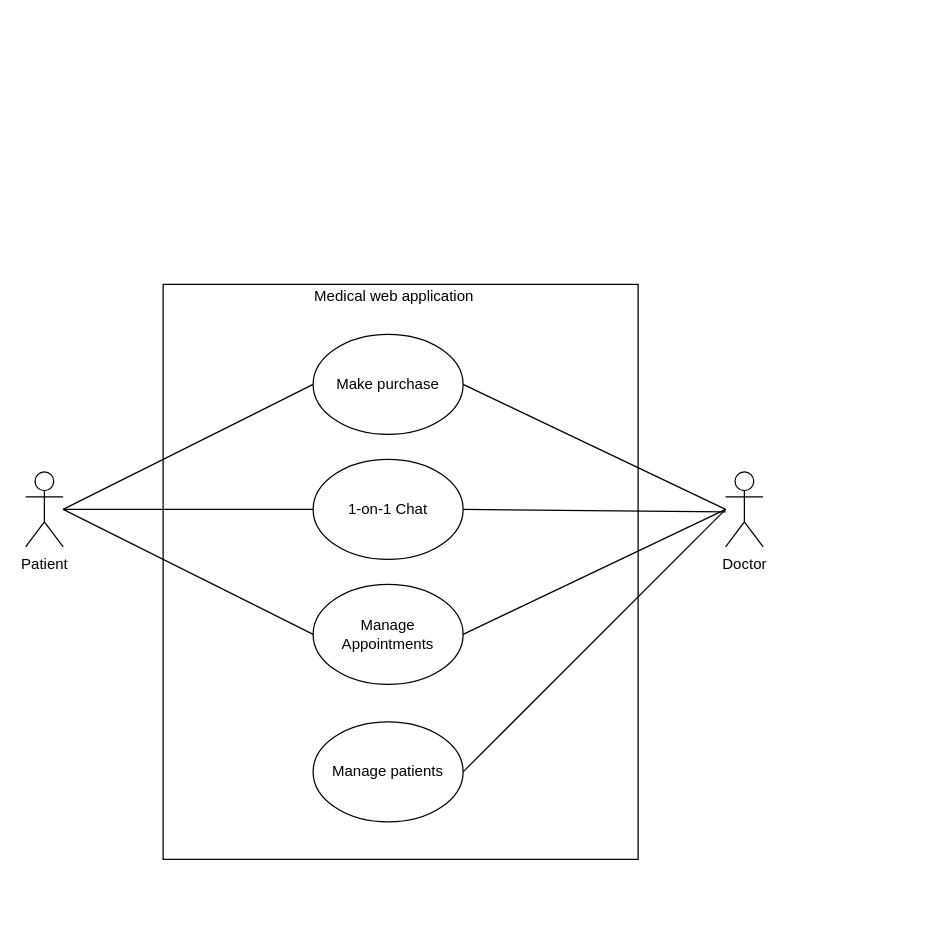
hieuchi911/WADProject keeps this draw.io diagram as Report/uc.drawio. Above is the earlier version. Source tidied: cells renumbered, new cells numbered last; positions are measured from the earlier drawing's top-left corner, leaving out a move shared by most shapes. Both pictures are drawn from the tidied source at 125%, with x=0, y=0 at pixel (25, 284).
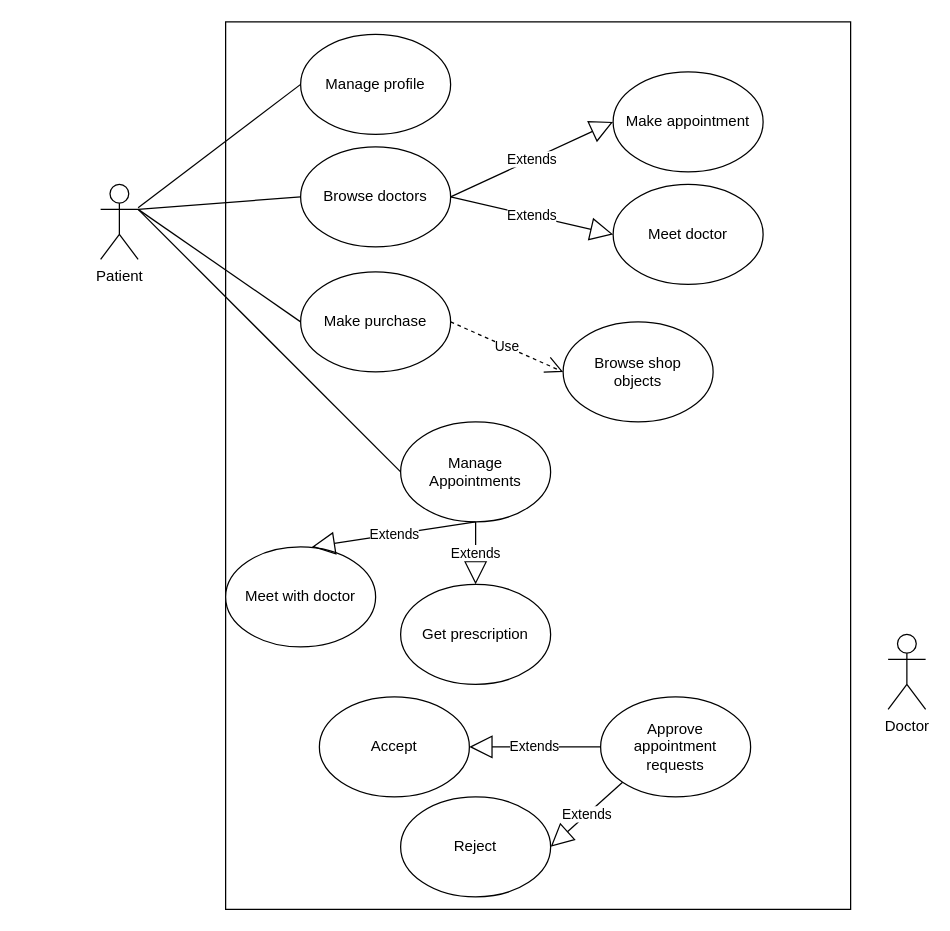
The same page after the edit.

Change to the diagram source:
```diff
@@
-    <mxCell id="2" style="rounded=0;whiteSpace=wrap;html=1;" parent="1" vertex="1">
-      <mxGeometry x="110" width="380" height="460" as="geometry" />
-    </mxCell>
+    <mxCell id="18" style="rounded=0;whiteSpace=wrap;html=1;" parent="1" vertex="1">
+      <mxGeometry x="160" y="-210" width="500" height="710" as="geometry" />
+    </mxCell>
-    <mxCell id="3" value="Patient" style="shape=umlActor;verticalLabelPosition=bottom;labelBackgroundColor=#ffffff;verticalAlign=top;html=1;outlineConnect=0;" parent="1" vertex="1">
-      <mxGeometry y="150" width="30" height="60" as="geometry" />
+    <mxCell id="3" value="Patient&lt;br&gt;" style="shape=umlActor;verticalLabelPosition=bottom;labelBackgroundColor=#ffffff;verticalAlign=top;html=1;outlineConnect=0;" parent="1" vertex="1">
+      <mxGeometry x="60" y="-80" width="30" height="60" as="geometry" />
     </mxCell>
+    <mxCell id="19" value="Manage profile" style="ellipse;whiteSpace=wrap;html=1;" parent="1" vertex="1">
+      <mxGeometry x="220" y="-200" width="120" height="80" as="geometry" />
+    </mxCell>
+    <mxCell id="20" value="Browse doctors" style="ellipse;whiteSpace=wrap;html=1;" parent="1" vertex="1">
+      <mxGeometry x="220" y="-110" width="120" height="80" as="geometry" />
+    </mxCell>
+    <mxCell id="21" value="Browse shop &lt;br&gt;objects" style="ellipse;whiteSpace=wrap;html=1;" parent="1" vertex="1">
+      <mxGeometry x="430" y="30" width="120" height="80" as="geometry" />
+    </mxCell>
+    <mxCell id="7" value="Manage Appointments" style="ellipse;whiteSpace=wrap;html=1;" parent="1" vertex="1">
+      <mxGeometry x="300" y="110" width="120" height="80" as="geometry" />
+    </mxCell>
+    <mxCell id="22" style="endArrow=none;html=1;entryX=0;entryY=0.5;entryDx=0;entryDy=0;" parent="1" edge="1" source="3" target="19">
+      <mxGeometry relative="1" as="geometry" />
+    </mxCell>
+    <mxCell id="23" style="endArrow=none;html=1;exitX=1;exitY=0.3333333333333333;exitDx=0;exitDy=0;exitPerimeter=0;entryX=0;entryY=0.5;entryDx=0;entryDy=0;" parent="1" edge="1" source="3" target="20">
+      <mxGeometry relative="1" as="geometry" />
+    </mxCell>
+    <mxCell id="24" style="endArrow=none;html=1;exitX=1;exitY=0.3333333333333333;exitDx=0;exitDy=0;exitPerimeter=0;entryX=0;entryY=0.5;entryDx=0;entryDy=0;" parent="1" edge="1" source="3" target="6">
+      <mxGeometry relative="1" as="geometry" />
+    </mxCell>
+    <mxCell id="25" style="endArrow=none;html=1;entryX=0;entryY=0.5;entryDx=0;entryDy=0;" parent="1" edge="1" target="7">
+      <mxGeometry relative="1" as="geometry">
+        <mxPoint x="90" y="-60" as="sourcePoint" />
+      </mxGeometry>
+    </mxCell>
     <mxCell id="4" value="Doctor" style="shape=umlActor;verticalLabelPosition=bottom;labelBackgroundColor=#ffffff;verticalAlign=top;html=1;" parent="1" vertex="1">
-      <mxGeometry x="560" y="150" width="30" height="60" as="geometry" />
+      <mxGeometry x="690" y="280" width="30" height="60" as="geometry" />
     </mxCell>
-    <mxCell id="5" value="1-on-1 Chat" style="ellipse;whiteSpace=wrap;html=1;" parent="1" vertex="1">
-      <mxGeometry x="230" y="140" width="120" height="80" as="geometry" />
-    </mxCell>
+    <mxCell id="26" value="Approve &lt;br&gt;appointment &lt;br&gt;requests" style="ellipse;whiteSpace=wrap;html=1;" parent="1" vertex="1">
+      <mxGeometry x="460" y="330" width="120" height="80" as="geometry" />
+    </mxCell>
+    <mxCell id="27" value="Meet with doctor" style="ellipse;whiteSpace=wrap;html=1;" parent="1" vertex="1">
+      <mxGeometry x="160" y="210" width="120" height="80" as="geometry" />
+    </mxCell>
+    <mxCell id="28" value="Get prescription" style="ellipse;whiteSpace=wrap;html=1;" parent="1" vertex="1">
+      <mxGeometry x="300" y="240" width="120" height="80" as="geometry" />
+    </mxCell>
+    <mxCell id="29" value="Extends" style="endArrow=block;endSize=16;endFill=0;html=1;entryX=0.575;entryY=0;entryDx=0;entryDy=0;entryPerimeter=0;exitX=0.5;exitY=1;exitDx=0;exitDy=0;" parent="1" edge="1" source="7" target="27">
+      <mxGeometry relative="1" as="geometry" />
+    </mxCell>
+    <mxCell id="30" value="Extends" style="endArrow=block;endSize=16;endFill=0;html=1;exitX=0.5;exitY=1;exitDx=0;exitDy=0;" parent="1" edge="1" source="7">
+      <mxGeometry relative="1" as="geometry">
+        <mxPoint x="360" y="240" as="targetPoint" />
+      </mxGeometry>
+    </mxCell>
+    <mxCell id="31" value="Accept" style="ellipse;whiteSpace=wrap;html=1;" parent="1" vertex="1">
+      <mxGeometry x="235" y="330" width="120" height="80" as="geometry" />
+    </mxCell>
+    <mxCell id="32" value="Reject" style="ellipse;whiteSpace=wrap;html=1;" parent="1" vertex="1">
+      <mxGeometry x="300" y="410" width="120" height="80" as="geometry" />
+    </mxCell>
+    <mxCell id="33" value="Extends" style="endArrow=block;endSize=16;endFill=0;html=1;entryX=1;entryY=0.5;entryDx=0;entryDy=0;" parent="1" edge="1" source="26" target="31">
+      <mxGeometry relative="1" as="geometry" />
+    </mxCell>
+    <mxCell id="34" value="Extends" style="endArrow=block;endSize=16;endFill=0;html=1;entryX=1;entryY=0.5;entryDx=0;entryDy=0;exitX=0;exitY=1;exitDx=0;exitDy=0;" parent="1" edge="1" source="26" target="32">
+      <mxGeometry relative="1" as="geometry" />
+    </mxCell>
+    <mxCell id="35" value="Make appointment" style="ellipse;whiteSpace=wrap;html=1;" parent="1" vertex="1">
+      <mxGeometry x="470" y="-170" width="120" height="80" as="geometry" />
+    </mxCell>
+    <mxCell id="36" value="Meet doctor" style="ellipse;whiteSpace=wrap;html=1;" parent="1" vertex="1">
+      <mxGeometry x="470" y="-80" width="120" height="80" as="geometry" />
+    </mxCell>
+    <mxCell id="37" value="Extends" style="endArrow=block;endSize=16;endFill=0;html=1;entryX=0;entryY=0.5;entryDx=0;entryDy=0;exitX=1;exitY=0.5;exitDx=0;exitDy=0;" parent="1" edge="1" source="20" target="35">
+      <mxGeometry relative="1" as="geometry" />
+    </mxCell>
+    <mxCell id="38" value="Extends" style="endArrow=block;endSize=16;endFill=0;html=1;exitX=1;exitY=0.5;exitDx=0;exitDy=0;entryX=0;entryY=0.5;entryDx=0;entryDy=0;" parent="1" edge="1" source="20" target="36">
+      <mxGeometry relative="1" as="geometry" />
+    </mxCell>
     <mxCell id="6" value="Make purchase" style="ellipse;whiteSpace=wrap;html=1;" parent="1" vertex="1">
-      <mxGeometry x="230" y="40" width="120" height="80" as="geometry" />
+      <mxGeometry x="220" y="-10" width="120" height="80" as="geometry" />
     </mxCell>
-    <mxCell id="7" value="Manage Appointments" style="ellipse;whiteSpace=wrap;html=1;" parent="1" vertex="1">
-      <mxGeometry x="230" y="240" width="120" height="80" as="geometry" />
-    </mxCell>
-    <mxCell id="8" value="Medical web application" style="text;html=1;strokeColor=none;fillColor=none;align=center;verticalAlign=middle;whiteSpace=wrap;rounded=0;" parent="1" vertex="1">
-      <mxGeometry x="170" width="250" height="20" as="geometry" />
-    </mxCell>
-    <mxCell id="9" style="endArrow=none;html=1;entryX=0;entryY=0.5;entryDx=0;entryDy=0;" parent="1" edge="1" target="6">
-      <mxGeometry relative="1" as="geometry">
-        <mxPoint x="30" y="180" as="sourcePoint" />
-      </mxGeometry>
-    </mxCell>
-    <mxCell id="10" style="endArrow=none;html=1;entryX=1;entryY=0.5;entryDx=0;entryDy=0;" parent="1" edge="1" target="6">
-      <mxGeometry relative="1" as="geometry">
-        <mxPoint x="560" y="180" as="sourcePoint" />
-      </mxGeometry>
-    </mxCell>
-    <mxCell id="11" style="endArrow=none;html=1;entryX=0;entryY=0.5;entryDx=0;entryDy=0;" parent="1" edge="1" source="3" target="5">
-      <mxGeometry relative="1" as="geometry" />
-    </mxCell>
-    <mxCell id="12" style="endArrow=none;html=1;exitX=1;exitY=0.5;exitDx=0;exitDy=0;" parent="1" edge="1" source="5">
-      <mxGeometry relative="1" as="geometry">
-        <mxPoint x="560" y="182" as="targetPoint" />
-      </mxGeometry>
-    </mxCell>
-    <mxCell id="13" style="endArrow=none;html=1;entryX=0;entryY=0.5;entryDx=0;entryDy=0;" parent="1" edge="1" target="7">
-      <mxGeometry relative="1" as="geometry">
-        <mxPoint x="30" y="180" as="sourcePoint" />
-      </mxGeometry>
-    </mxCell>
-    <mxCell id="14" style="endArrow=none;html=1;exitX=1;exitY=0.5;exitDx=0;exitDy=0;" parent="1" edge="1" source="7">
-      <mxGeometry relative="1" as="geometry">
-        <mxPoint x="560" y="180" as="targetPoint" />
-      </mxGeometry>
-    </mxCell>
-    <mxCell id="15" value="Manage patients" style="ellipse;whiteSpace=wrap;html=1;" parent="1" vertex="1">
-      <mxGeometry x="230" y="350" width="120" height="80" as="geometry" />
-    </mxCell>
-    <mxCell id="16" style="endArrow=none;html=1;exitX=1;exitY=0.5;exitDx=0;exitDy=0;" parent="1" edge="1" source="15">
-      <mxGeometry relative="1" as="geometry">
-        <mxPoint x="560" y="180" as="targetPoint" />
-      </mxGeometry>
-    </mxCell>
-    <mxCell id="17" style="edgeStyle=orthogonalEdgeStyle;rounded=0;orthogonalLoop=1;jettySize=auto;html=1;exitX=0.5;exitY=1;exitDx=0;exitDy=0;" parent="1" edge="1" source="2" target="2">
-      <mxGeometry relative="1" as="geometry" />
-    </mxCell>
+    <mxCell id="39" value="Use" style="endArrow=open;endSize=12;dashed=1;html=1;entryX=0;entryY=0.5;entryDx=0;entryDy=0;exitX=1;exitY=0.5;exitDx=0;exitDy=0;" parent="1" edge="1" source="6" target="21">
+      <mxGeometry relative="1" as="geometry" />
+    </mxCell>
```
